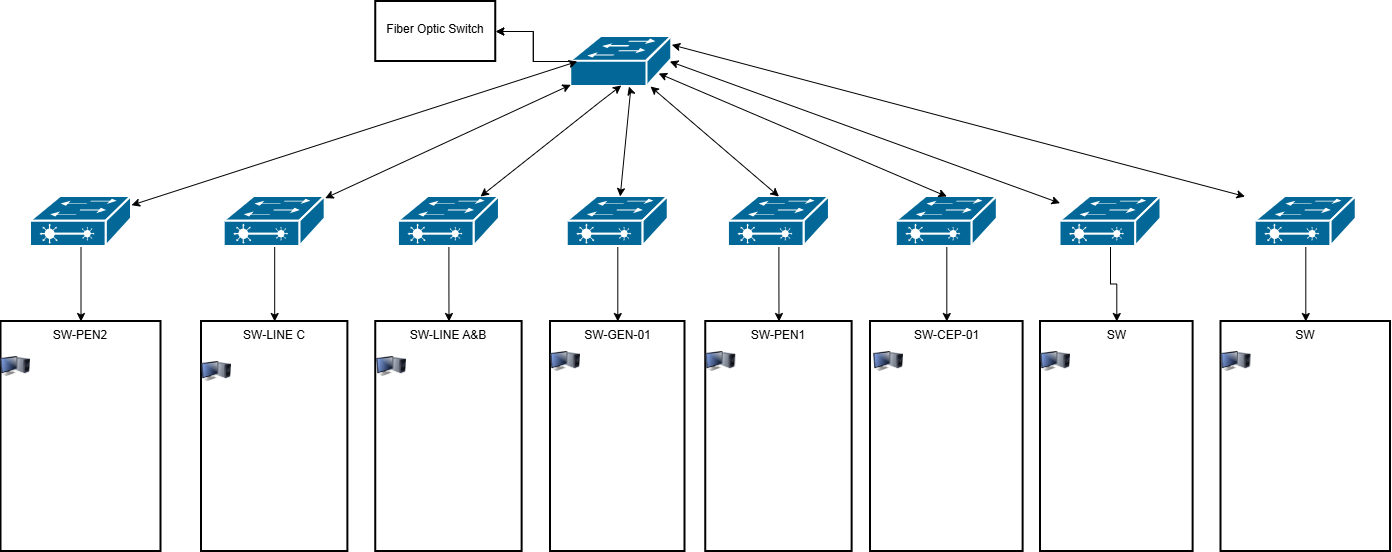
Before: Untitled Diagram.drawio.png, a diagram exported from draw.io (hrezapour21-blip/hasanafa). Source tidied: cells renumbered, new cells last; positions are measured from the earlier drawing's top-left corner, leaving out a move shared by most shapes.
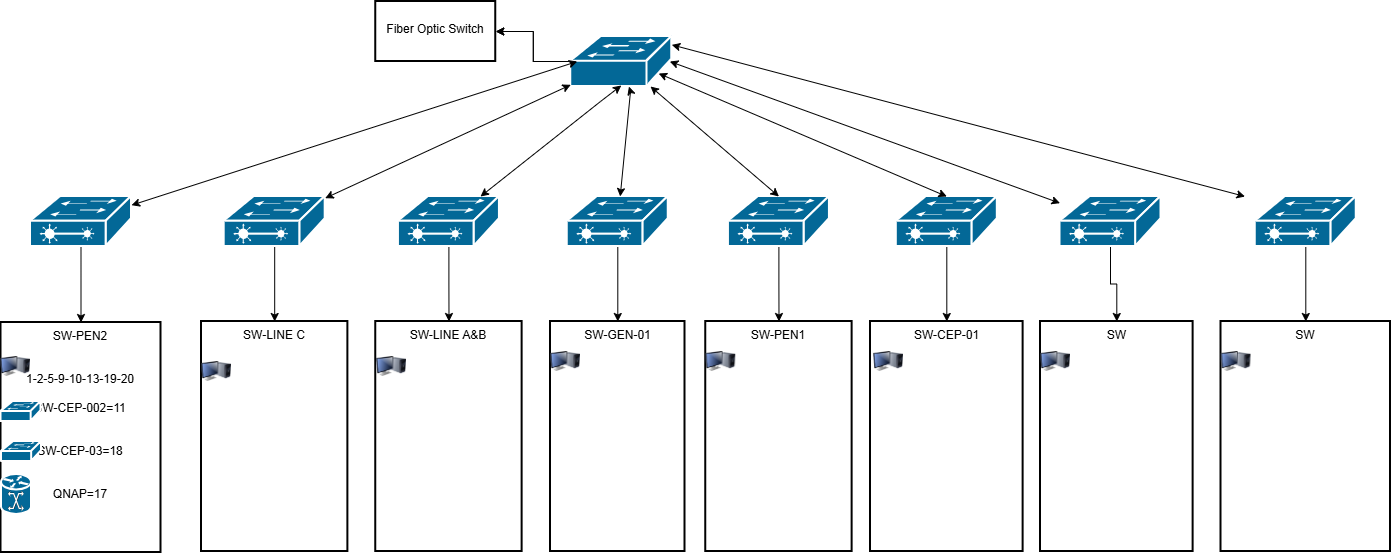
The same diagram one commit later.

Diff of the diagram source:
```diff
@@ -74,8 +74,8 @@
     <mxCell id="23" style="endArrow=classic;startArrow=classic;html=1;rounded=0;entryX=0.5;entryY=0;entryDx=0;entryDy=0;entryPerimeter=0;exitX=0.87;exitY=0.74;exitDx=0;exitDy=0;exitPerimeter=0;" parent="1" edge="1" source="4" target="16">
       <mxGeometry relative="1" as="geometry" />
     </mxCell>
-    <mxCell id="24" value="SW-PEN2" style="whiteSpace=wrap;html=1;verticalAlign=top;sketch=0;dashed=0;strokeWidth=2;align=center;" parent="1" vertex="1">
-      <mxGeometry x="0.5" y="320" width="160" height="230" as="geometry" />
+    <mxCell id="24" value="SW-PEN2&lt;div&gt;&lt;br&gt;&lt;/div&gt;&lt;div&gt;&lt;br&gt;&lt;/div&gt;&lt;div&gt;1-2-5-9-10-13-19-20&lt;/div&gt;&lt;div&gt;&lt;br&gt;&lt;/div&gt;&lt;div&gt;SW-CEP-002=11&lt;/div&gt;&lt;div&gt;&lt;br&gt;&lt;/div&gt;&lt;div&gt;&lt;br&gt;&lt;/div&gt;&lt;div&gt;SW-CEP-03=18&lt;/div&gt;&lt;div&gt;&lt;br&gt;&lt;/div&gt;&lt;div&gt;&lt;br&gt;&lt;/div&gt;&lt;div&gt;QNAP=17&lt;/div&gt;&lt;div&gt;&lt;br&gt;&lt;/div&gt;" style="whiteSpace=wrap;html=1;verticalAlign=top;sketch=0;dashed=0;strokeWidth=2;align=center;" parent="1" vertex="1">
+      <mxGeometry x="0.5" y="321" width="160" height="230" as="geometry" />
     </mxCell>
     <mxCell id="25" value="SW-LINE C" style="whiteSpace=wrap;html=1;verticalAlign=top;sketch=0;dashed=0;strokeWidth=2;" parent="1" vertex="1">
       <mxGeometry x="201" y="320" width="146.4" height="230" as="geometry" />
@@ -147,5 +147,14 @@
     <mxCell id="45" style="image;html=1;image=img/lib/clip_art/computers/Monitor_Tower_128x128.png;" parent="1" vertex="1">
       <mxGeometry x="1220.5" y="345" width="30" height="30" as="geometry" />
     </mxCell>
+    <mxCell id="46" style="strokeColor=#ffffff;sketch=0;html=1;dashed=0;fillColor=#036897;strokeWidth=2;verticalLabelPosition=bottom;verticalAlign=top;align=center;shape=mxgraph.cisco.switches.workgroup_switch;" parent="1" vertex="1">
+      <mxGeometry x="0.5" y="400" width="40" height="20" as="geometry" />
+    </mxCell>
+    <mxCell id="47" style="strokeColor=#ffffff;sketch=0;html=1;dashed=0;fillColor=#036897;strokeWidth=2;verticalLabelPosition=bottom;verticalAlign=top;align=center;shape=mxgraph.cisco.switches.workgroup_switch;" parent="1" vertex="1">
+      <mxGeometry x="1" y="440" width="40" height="20" as="geometry" />
+    </mxCell>
+    <mxCell id="48" style="strokeColor=#ffffff;sketch=0;html=1;dashed=0;fillColor=#036897;strokeWidth=2;verticalLabelPosition=bottom;verticalAlign=top;align=center;shape=mxgraph.cisco.switches.mgx_8000_multiservice_switch;" parent="1" vertex="1">
+      <mxGeometry x="1" y="473" width="30" height="40" as="geometry" />
+    </mxCell>
   </root>
 </mxGraphModel>
```
